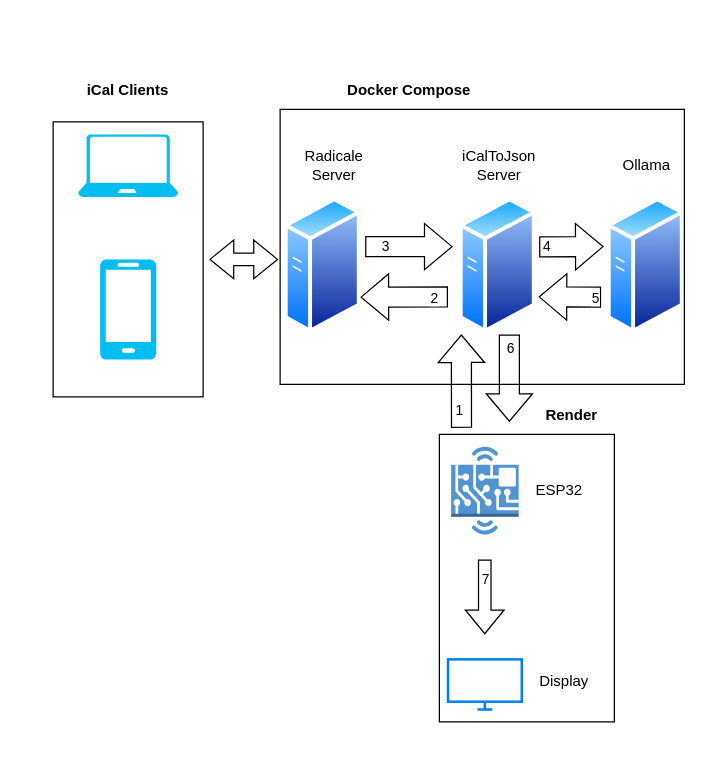
The draw.io diagram images/architecture-diagram.drawio in Anthony-McDonald/Important-Eventer, before the edit. Source tidied: cells renumbered, new cells numbered last; positions are measured from the earlier drawing's top-left corner, leaving out a move shared by most shapes. Both pictures are drawn from the tidied source at 125%, with x=0, y=0 at pixel (52, 71).
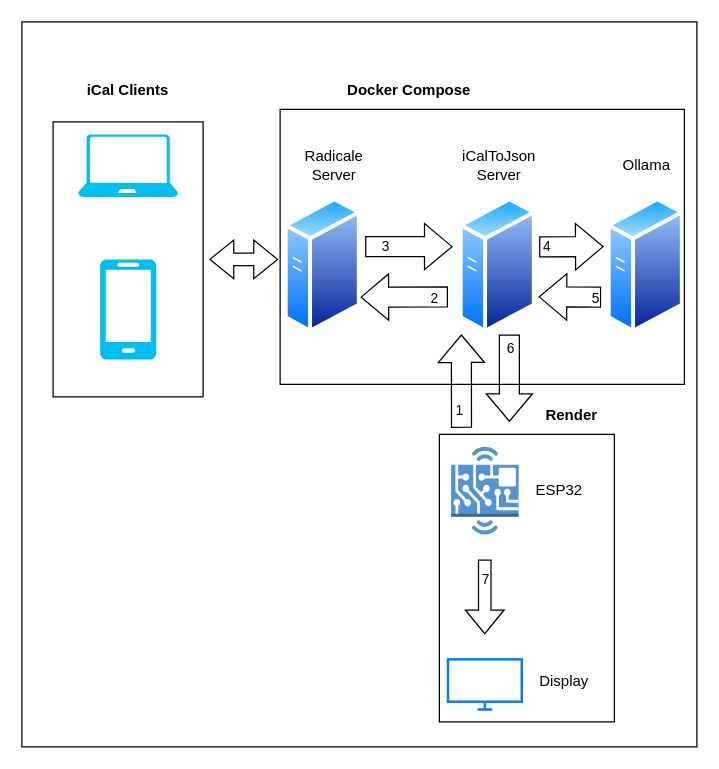
After the change.

Commit message (it also covers changes not shown here):
adding border around diagram so all borders are shown on export

What changed in the source:
```diff
@@
+    <mxCell id="36" style="rounded=0;whiteSpace=wrap;html=1;" parent="1" vertex="1">
+      <mxGeometry x="-25" y="-40" width="540" height="580" as="geometry" />
+    </mxCell>
```
